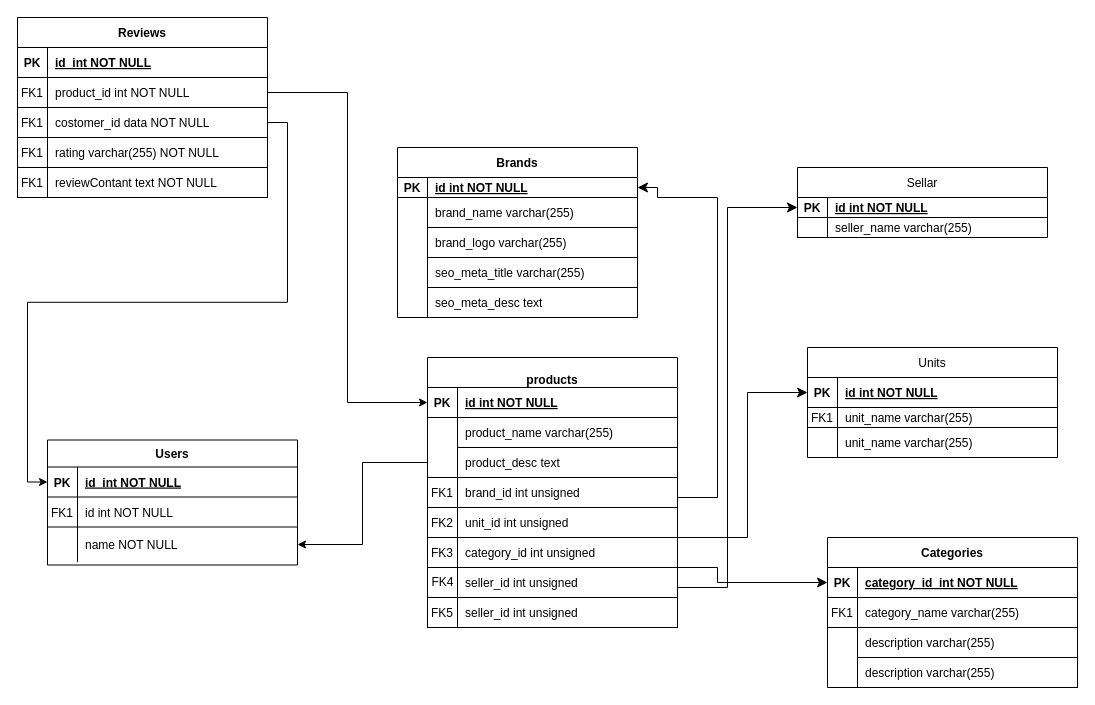
Before: database/migrations/titled Diagram.drawio in Rajvirsingh617/ELECTRO, a draw.io diagram. Source tidied: cells renumbered, new cells numbered last; positions are measured from the earlier drawing's top-left corner, leaving out a move shared by most shapes. Both pictures are drawn from the tidied source at 100%, with x=0, y=0 at pixel (17, 17).
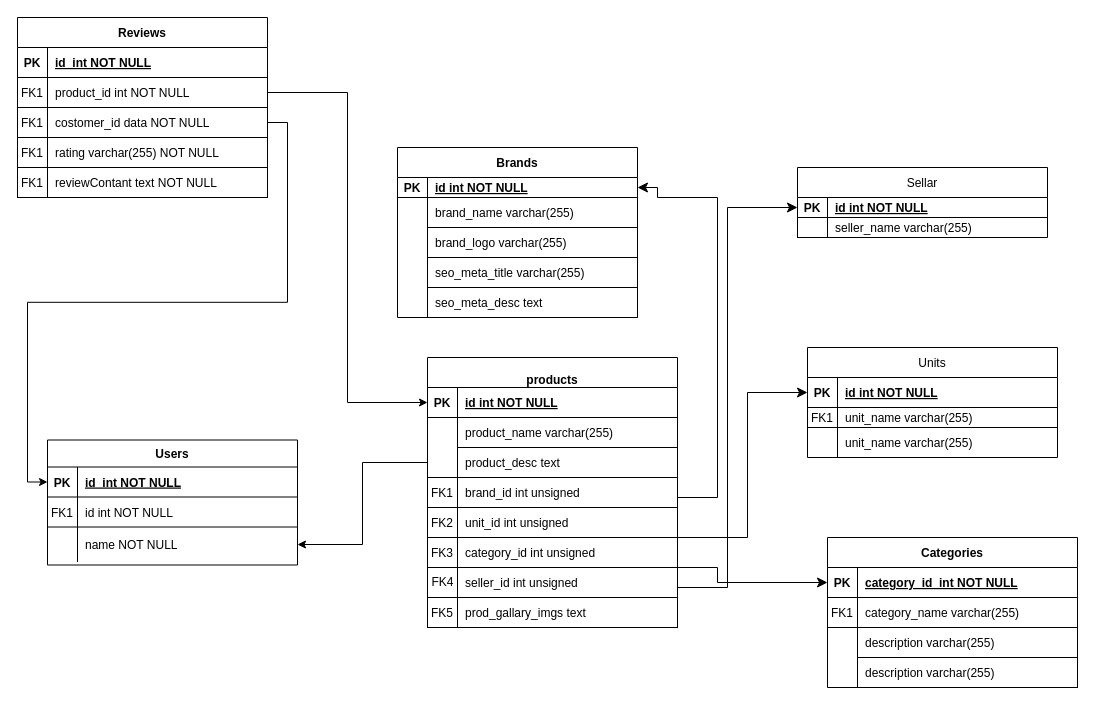
The same diagram, later.

The change refers to these unchanged cells:
```xml
<mxCell id="76" style="group;" parent="75" vertex="1">
  <mxGeometry width="260" height="270" as="geometry" />
</mxCell>
```

The edit, as a diff of the source:
```diff
@@
-    <mxCell id="95" value="seller_id int unsigned" style="shape=partialRectangle;overflow=hidden;fillColor=none;top=1;left=1;bottom=1;right=0;align=left;spacingLeft=6;" parent="76" vertex="1">
+    <mxCell id="95" value="prod_gallary_imgs text" style="shape=partialRectangle;overflow=hidden;fillColor=none;top=1;left=1;bottom=1;right=0;align=left;spacingLeft=6;" parent="76" vertex="1">
       <mxGeometry x="40" y="240" width="220" height="30" as="geometry" />
     </mxCell>
```
